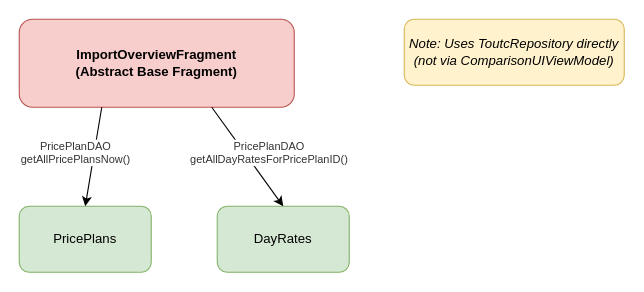
This is docs/model/import-overview-fragment.drawio from Tonyslogic/comparetout, a draw.io file, before an edit. Source tidied: cells renumbered, new cells numbered last; positions are measured from the earlier drawing's top-left corner, leaving out a move shared by most shapes. Both pictures are drawn from the tidied source at 110%, with x=0, y=0 at pixel (19, 19).
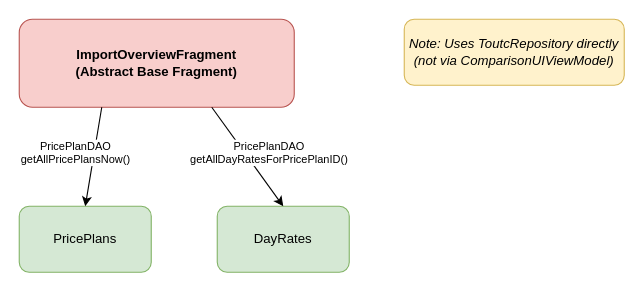
Above is the later version.

What changed in the source:
```diff
@@
 <mxGraphModel>
   <root>
     <mxCell id="0" />
     <mxCell id="1" parent="0" />
     <mxCell id="2" value="ImportOverviewFragment&#10;(Abstract Base Fragment)" style="rounded=1;whiteSpace=wrap;html=1;fillColor=#F8CECC;strokeColor=#B85450;fontColor=#000000;fontStyle=1;" parent="1" vertex="1">
       <mxGeometry width="250" height="80" as="geometry" />
     </mxCell>
     <mxCell id="3" value="PricePlans" style="rounded=1;whiteSpace=wrap;html=1;fillColor=#D5E8D4;strokeColor=#82B366;fontColor=#000000;" parent="1" vertex="1">
       <mxGeometry y="170" width="120" height="60" as="geometry" />
     </mxCell>
     <mxCell id="4" value="DayRates" style="rounded=1;whiteSpace=wrap;html=1;fillColor=#D5E8D4;strokeColor=#82B366;fontColor=#000000;" parent="1" vertex="1">
       <mxGeometry x="180" y="170" width="120" height="60" as="geometry" />
     </mxCell>
     <mxCell id="5" style="endArrow=classic;html=1;rounded=1;exitX=0.3;exitY=1;exitDx=0;exitDy=0;entryX=0.5;entryY=0;entryDx=0;entryDy=0;" parent="1" edge="1" source="2" target="3">
       <mxGeometry relative="1" as="geometry" />
     </mxCell>
-    <mxCell id="6" value="PricePlanDAO&#10;getAllPricePlansNow()" style="edgeLabel;html=1;align=center;verticalAlign=middle;fontSize=10;fontColor=#333333;" parent="5" vertex="1">
+    <mxCell id="6" value="PricePlanDAO&#10;getAllPricePlansNow()" style="edgeLabel;html=1;align=center;verticalAlign=middle;fontSize=10;fontColor=#000000;labelBackgroundColor=#FFFFFF;" parent="5" vertex="1">
       <mxGeometry x="-0.2" y="1" relative="1" as="geometry">
         <mxPoint x="-20" y="5" as="offset" />
       </mxGeometry>
     </mxCell>
     <mxCell id="7" style="endArrow=classic;html=1;rounded=1;exitX=0.7;exitY=1;exitDx=0;exitDy=0;entryX=0.5;entryY=0;entryDx=0;entryDy=0;" parent="1" edge="1" source="2" target="4">
       <mxGeometry relative="1" as="geometry" />
     </mxCell>
-    <mxCell id="8" value="PricePlanDAO&#10;getAllDayRatesForPricePlanID()" style="edgeLabel;html=1;align=center;verticalAlign=middle;fontSize=10;fontColor=#333333;" parent="7" vertex="1">
+    <mxCell id="8" value="PricePlanDAO&#10;getAllDayRatesForPricePlanID()" style="edgeLabel;html=1;align=center;verticalAlign=middle;fontSize=10;fontColor=#000000;labelBackgroundColor=#FFFFFF;" parent="7" vertex="1">
       <mxGeometry x="-0.2" y="1" relative="1" as="geometry">
         <mxPoint x="25" y="5" as="offset" />
       </mxGeometry>
     </mxCell>
     <mxCell id="9" value="Note: Uses ToutcRepository directly&#10;(not via ComparisonUIViewModel)" style="rounded=1;whiteSpace=wrap;html=1;fillColor=#FFF2CC;strokeColor=#D6B656;fontColor=#000000;fontStyle=2;" parent="1" vertex="1">
       <mxGeometry x="350" width="200" height="60" as="geometry" />
     </mxCell>
   </root>
 </mxGraphModel>
```
